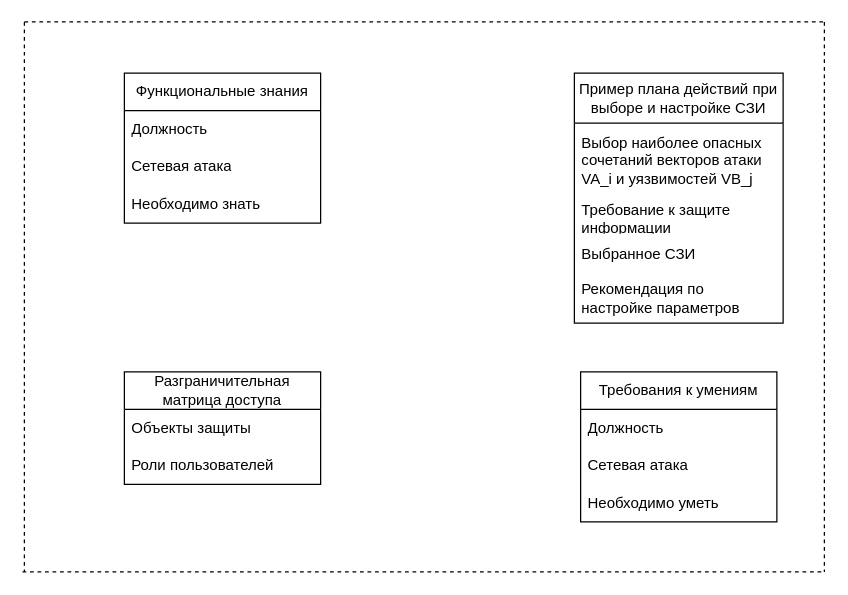
Before: Old_Shema_OPZ/(Старая схема ОПЗ) Частные инструкции.drawio in SmirnovBogdan8/Diplom, a draw.io diagram. Source tidied: cells renumbered, new cells numbered last; positions are measured from the earlier drawing's top-left corner, leaving out a move shared by most shapes. Both pictures are drawn from the tidied source at 125%, with x=0, y=0 at pixel (21, 21).
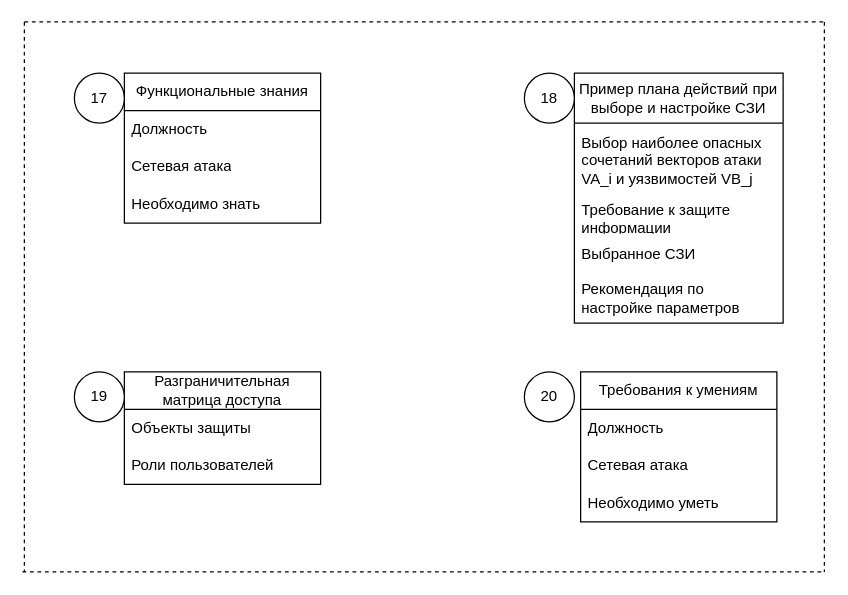
The same page after the edit.

Diff of the diagram source:
```diff
@@
+    <mxCell id="22" value="17" style="ellipse;whiteSpace=wrap;html=1;" parent="1" vertex="1">
+      <mxGeometry x="42" y="41" width="40" height="40" as="geometry" />
+    </mxCell>
+    <mxCell id="23" value="18" style="ellipse;whiteSpace=wrap;html=1;" parent="1" vertex="1">
+      <mxGeometry x="402" y="41" width="40" height="40" as="geometry" />
+    </mxCell>
+    <mxCell id="24" value="19" style="ellipse;whiteSpace=wrap;html=1;" parent="1" vertex="1">
+      <mxGeometry x="42" y="280" width="40" height="40" as="geometry" />
+    </mxCell>
+    <mxCell id="25" value="20" style="ellipse;whiteSpace=wrap;html=1;" parent="1" vertex="1">
+      <mxGeometry x="402" y="280" width="40" height="40" as="geometry" />
+    </mxCell>
```
